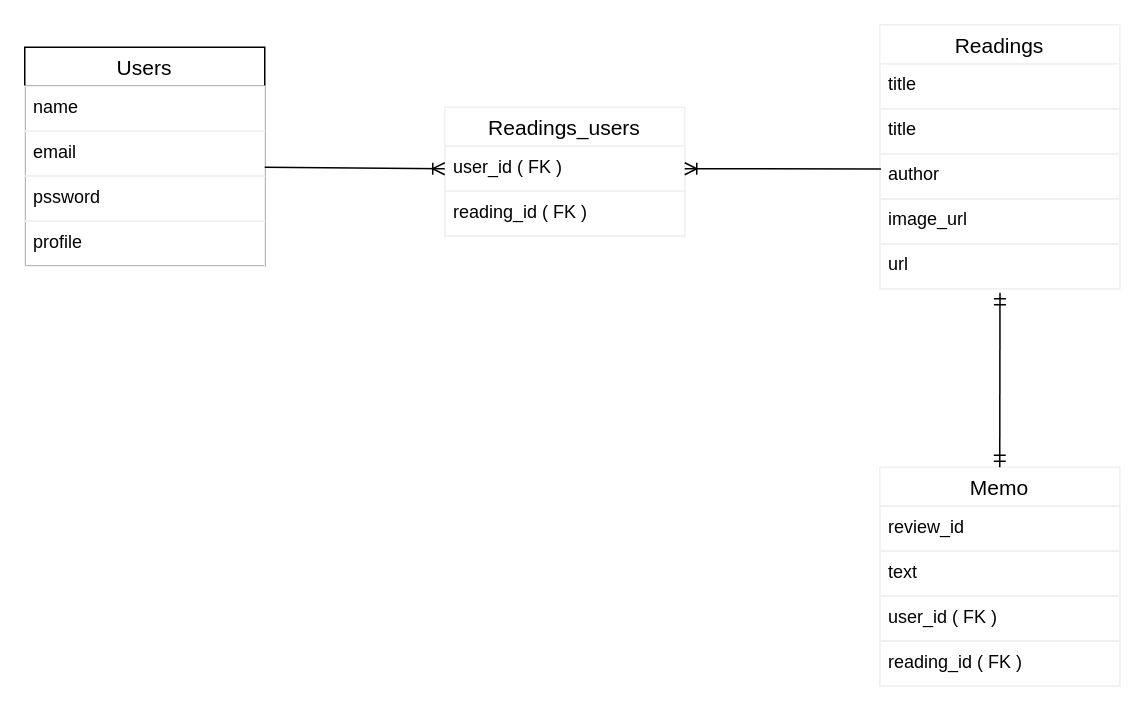
This is ERD.dio from shiori771/reed-books, a draw.io file, before an edit. Source tidied: cells renumbered, new cells numbered last; positions are measured from the earlier drawing's top-left corner, leaving out a move shared by most shapes. Both pictures are drawn from the tidied source at 150%, with x=0, y=0 at pixel (24, 24).
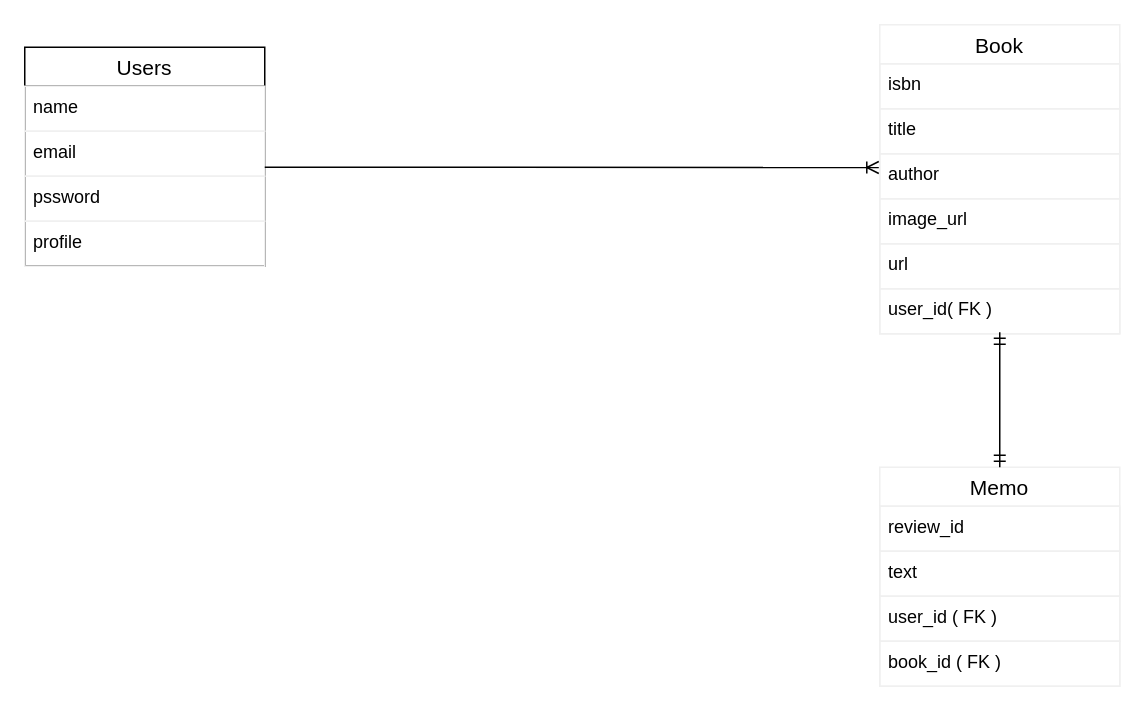
After the change.

Unchanged cells that the change refers to:
```xml
<mxCell id="10" value="author&#10;&#10;" style="text;fillColor=none;spacingLeft=4;spacingRight=4;overflow=hidden;points=[[0,0.5],[1,0.5]];portConstraint=eastwest;fontSize=12;strokeColor=#f0f0f0;" parent="7" vertex="1">
  <mxGeometry y="86" width="160" height="30" as="geometry" />
</mxCell>
<mxCell id="12" value="url" style="text;fillColor=none;spacingLeft=4;spacingRight=4;overflow=hidden;points=[[0,0.5],[1,0.5]];portConstraint=eastwest;fontSize=12;strokeColor=#f0f0f0;" parent="7" vertex="1">
  <mxGeometry y="146" width="160" height="30" as="geometry" />
</mxCell>
<mxCell id="16" value="Memo" style="swimlane;fontStyle=0;horizontal=1;startSize=26;align=center;fontSize=14;strokeColor=#f0f0f0;" parent="1" vertex="1">
  <mxGeometry x="570" y="295" width="160" height="146" as="geometry" />
</mxCell>
```

Diff of the diagram source:
```diff
@@
-    <mxCell id="7" value="Readings" style="swimlane;fontStyle=0;horizontal=1;startSize=26;align=center;fontSize=14;strokeColor=#f0f0f0;" parent="1" vertex="1">
-      <mxGeometry x="570" width="160" height="176" as="geometry" />
+    <mxCell id="7" value="Book" style="swimlane;fontStyle=0;horizontal=1;startSize=26;align=center;fontSize=14;strokeColor=#f0f0f0;" parent="1" vertex="1">
+      <mxGeometry x="570" width="160" height="206" as="geometry" />
     </mxCell>
-    <mxCell id="8" value="title" style="text;fillColor=none;spacingLeft=4;spacingRight=4;overflow=hidden;fontSize=12;strokeColor=#f0f0f0;" parent="7" vertex="1">
+    <mxCell id="8" value="isbn" style="text;fillColor=none;spacingLeft=4;spacingRight=4;overflow=hidden;fontSize=12;strokeColor=#f0f0f0;" parent="7" vertex="1">
       <mxGeometry y="26" width="160" height="30" as="geometry" />
     </mxCell>
@@
-    <mxCell id="13" value="Readings_users" style="swimlane;fontStyle=0;horizontal=1;startSize=26;align=center;fontSize=14;strokeColor=#f0f0f0;" parent="1" vertex="1">
-      <mxGeometry x="280" y="55" width="160" height="86" as="geometry" />
-    </mxCell>
-    <mxCell id="14" value="user_id ( FK )" style="text;fillColor=none;spacingLeft=4;spacingRight=4;overflow=hidden;fontSize=12;strokeColor=#f0f0f0;" parent="13" vertex="1">
-      <mxGeometry y="26" width="160" height="30" as="geometry" />
-    </mxCell>
-    <mxCell id="15" value="reading_id ( FK )" style="text;fillColor=none;spacingLeft=4;spacingRight=4;overflow=hidden;fontSize=12;strokeColor=#f0f0f0;" parent="13" vertex="1">
-      <mxGeometry y="56" width="160" height="30" as="geometry" />
-    </mxCell>
+    <mxCell id="23" value="user_id( FK )&#10;" style="text;fillColor=none;spacingLeft=4;spacingRight=4;overflow=hidden;fontSize=12;strokeColor=#f0f0f0;" parent="7" vertex="1">
+      <mxGeometry y="176" width="160" height="30" as="geometry" />
+    </mxCell>
@@
-    <mxCell id="20" value="reading_id ( FK )" style="text;fillColor=none;spacingLeft=4;spacingRight=4;overflow=hidden;fontSize=12;strokeColor=#f0f0f0;" parent="16" vertex="1">
+    <mxCell id="20" value="book_id ( FK )" style="text;fillColor=none;spacingLeft=4;spacingRight=4;overflow=hidden;fontSize=12;strokeColor=#f0f0f0;" parent="16" vertex="1">
       <mxGeometry y="116" width="160" height="30" as="geometry" />
     </mxCell>
-    <mxCell id="21" style="fontSize=12;html=1;endArrow=ERmandOne;startArrow=ERmandOne;exitX=0.5;exitY=0;exitDx=0;exitDy=0;entryX=0.501;entryY=1.087;entryDx=0;entryDy=0;entryPerimeter=0;" parent="1" edge="1" source="16" target="12">
-      <mxGeometry relative="1" as="geometry" />
+    <mxCell id="21" style="fontSize=12;html=1;endArrow=ERmandOne;startArrow=ERmandOne;exitX=0.5;exitY=0;exitDx=0;exitDy=0;" parent="1" edge="1" source="16">
+      <mxGeometry relative="1" as="geometry">
+        <mxPoint x="650" y="205" as="targetPoint" />
+      </mxGeometry>
     </mxCell>
-    <mxCell id="22" style="fontSize=12;html=1;endArrow=ERoneToMany;entryX=0;entryY=0.5;entryDx=0;entryDy=0;" parent="1" edge="1">
+    <mxCell id="22" style="fontSize=12;html=1;endArrow=ERoneToMany;entryX=-0.004;entryY=0.305;entryDx=0;entryDy=0;entryPerimeter=0;" parent="1" edge="1" target="10">
       <mxGeometry relative="1" as="geometry">
         <mxPoint x="160" y="95" as="sourcePoint" />
-        <mxPoint x="280" y="96" as="targetPoint" />
       </mxGeometry>
     </mxCell>
-    <mxCell id="23" style="fontSize=12;html=1;endArrow=ERoneToMany;entryX=1;entryY=0.5;entryDx=0;entryDy=0;exitX=0.005;exitY=0.34;exitDx=0;exitDy=0;exitPerimeter=0;" parent="1" edge="1" source="10">
-      <mxGeometry relative="1" as="geometry">
-        <mxPoint x="440" y="96" as="targetPoint" />
-      </mxGeometry>
-    </mxCell>
```
